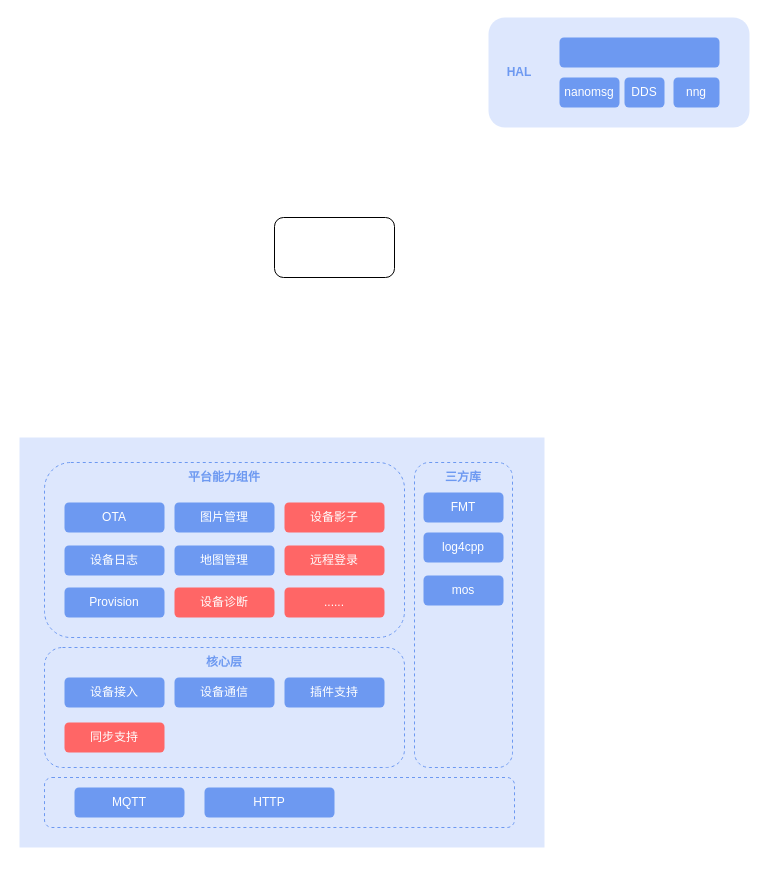
xunzhaoxusanduo/1-drawio keeps this draw.io diagram as 割草机IOT SDK架构.drawio. Above is the earlier version. Source tidied: cells renumbered, new cells numbered last; positions are measured from the earlier drawing's top-left corner, leaving out a move shared by most shapes. Both pictures are drawn from the tidied source at 100%, with x=0, y=0 at pixel (19, 17).
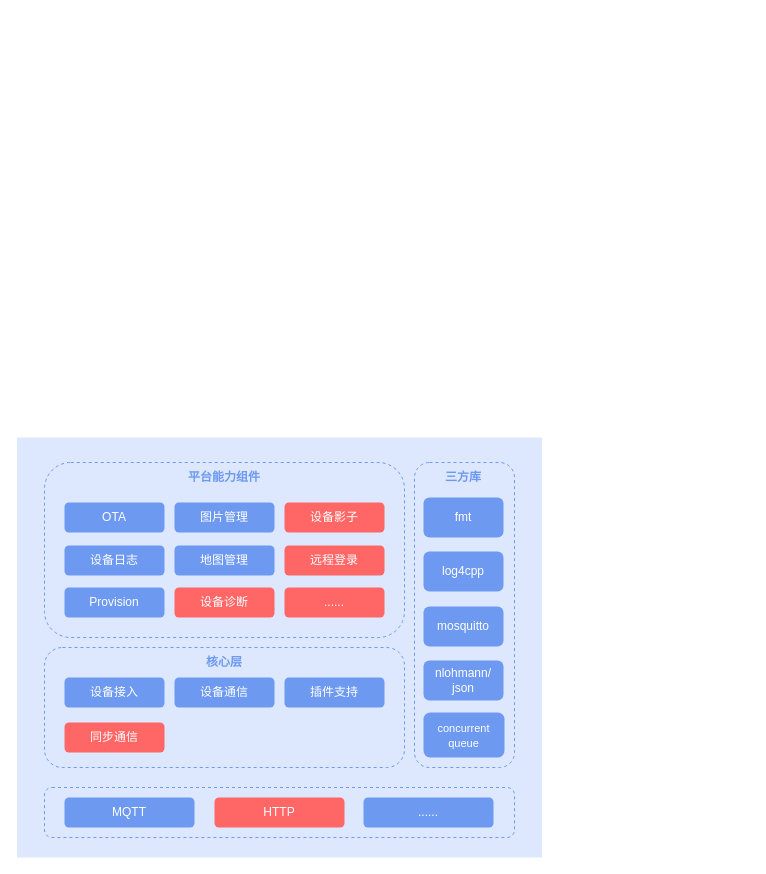
Above is the later version.

Commit message (it also covers changes not shown here):
更新割草机IOT SDK架构.drawio

The edit, as a diff of the source:
```diff
@@
-    <mxCell id="2" style="rounded=1;whiteSpace=wrap;html=1;fillColor=#dde7fd;strokeColor=none;" parent="1" vertex="1">
-      <mxGeometry x="469" width="261" height="110" as="geometry" />
-    </mxCell>
-    <mxCell id="3" style="rounded=1;whiteSpace=wrap;html=1;strokeColor=none;fillColor=#6d99f1;fontColor=#ffffff;" parent="1" vertex="1">
-      <mxGeometry x="540" y="20" width="160" height="30" as="geometry" />
-    </mxCell>
-    <mxCell id="4" value="nanomsg" style="rounded=1;whiteSpace=wrap;html=1;strokeColor=none;fillColor=#6d99f1;fontColor=#ffffff;" parent="1" vertex="1">
-      <mxGeometry x="540" y="60" width="60" height="30" as="geometry" />
-    </mxCell>
-    <mxCell id="5" value="DDS" style="rounded=1;whiteSpace=wrap;html=1;strokeColor=none;fillColor=#6d99f1;fontColor=#ffffff;" parent="1" vertex="1">
-      <mxGeometry x="605" y="60" width="40" height="30" as="geometry" />
-    </mxCell>
-    <mxCell id="6" value="HAL" style="text;html=1;strokeColor=none;fillColor=none;align=center;verticalAlign=middle;whiteSpace=wrap;rounded=0;fontColor=#6d99f1;fontStyle=1;" parent="1" vertex="1">
-      <mxGeometry x="465" y="40" width="70" height="30" as="geometry" />
-    </mxCell>
-    <mxCell id="7" value="nng" style="rounded=1;whiteSpace=wrap;html=1;strokeColor=none;fillColor=#6d99f1;fontColor=#ffffff;" parent="1" vertex="1">
-      <mxGeometry x="654" y="60" width="46" height="30" as="geometry" />
-    </mxCell>
     <mxCell id="8" style="rounded=0;whiteSpace=wrap;html=1;fillColor=#dde7fd;strokeColor=none;glass=0;shadow=0;" parent="1" vertex="1">
-      <mxGeometry y="420" width="525" height="410" as="geometry" />
+      <mxGeometry x="-2.5" y="420" width="525" height="420" as="geometry" />
     </mxCell>
     <mxCell id="9" value="MQTT" style="rounded=1;whiteSpace=wrap;html=1;strokeColor=none;fillColor=#6d99f1;fontColor=#ffffff;" parent="1" vertex="1">
-      <mxGeometry x="55" y="770" width="110" height="30" as="geometry" />
+      <mxGeometry x="45" y="780" width="130" height="30" as="geometry" />
     </mxCell>
-    <mxCell id="10" value="HTTP" style="rounded=1;whiteSpace=wrap;html=1;strokeColor=none;fillColor=#6d99f1;fontColor=#ffffff;" parent="1" vertex="1">
-      <mxGeometry x="185" y="770" width="130" height="30" as="geometry" />
+    <mxCell id="10" value="HTTP" style="rounded=1;whiteSpace=wrap;html=1;strokeColor=none;fillColor=#FF6666;fontColor=#ffffff;" parent="1" vertex="1">
+      <mxGeometry x="195" y="780" width="130" height="30" as="geometry" />
     </mxCell>
@@
-    <mxCell id="16" style="rounded=1;whiteSpace=wrap;html=1;" parent="1" vertex="1">
-      <mxGeometry x="255" y="200" width="120" height="60" as="geometry" />
-    </mxCell>
@@
     <mxCell id="27" style="rounded=1;whiteSpace=wrap;html=1;fillColor=none;dashed=1;strokeColor=#6d99f1;" parent="1" vertex="1">
-      <mxGeometry x="395" y="445" width="98" height="305" as="geometry" />
+      <mxGeometry x="395" y="445" width="100" height="305" as="geometry" />
     </mxCell>
@@
-    <mxCell id="29" value="FMT" style="rounded=1;whiteSpace=wrap;html=1;strokeColor=none;fillColor=#6d99f1;fontColor=#ffffff;" parent="1" vertex="1">
-      <mxGeometry x="404" y="475" width="80" height="30" as="geometry" />
+    <mxCell id="29" value="fmt" style="rounded=1;whiteSpace=wrap;html=1;strokeColor=none;fillColor=#6d99f1;fontColor=#ffffff;" parent="1" vertex="1">
+      <mxGeometry x="404" y="480" width="80" height="40" as="geometry" />
     </mxCell>
@@
-    <mxCell id="31" value="同步支持" style="rounded=1;whiteSpace=wrap;html=1;strokeColor=none;fillColor=#FF6666;fontColor=#ffffff;" parent="1" vertex="1">
+    <mxCell id="31" value="同步通信" style="rounded=1;whiteSpace=wrap;html=1;strokeColor=none;fillColor=#FF6666;fontColor=#ffffff;" parent="1" vertex="1">
       <mxGeometry x="45" y="705" width="100" height="30" as="geometry" />
     </mxCell>
+    <mxCell id="34" style="rounded=1;whiteSpace=wrap;html=1;fillColor=none;dashed=1;strokeColor=#6d99f1;" parent="1" vertex="1">
+      <mxGeometry x="25" y="770" width="470" height="50" as="geometry" />
+    </mxCell>
     <mxCell id="32" value="log4cpp" style="rounded=1;whiteSpace=wrap;html=1;strokeColor=none;fillColor=#6d99f1;fontColor=#ffffff;" parent="1" vertex="1">
-      <mxGeometry x="404" y="515" width="80" height="30" as="geometry" />
+      <mxGeometry x="404" y="534" width="80" height="40" as="geometry" />
     </mxCell>
-    <mxCell id="33" value="mos" style="rounded=1;whiteSpace=wrap;html=1;strokeColor=none;fillColor=#6d99f1;fontColor=#ffffff;" parent="1" vertex="1">
-      <mxGeometry x="404" y="558" width="80" height="30" as="geometry" />
+    <mxCell id="33" value="mosquitto" style="rounded=1;whiteSpace=wrap;html=1;strokeColor=none;fillColor=#6d99f1;fontColor=#ffffff;" parent="1" vertex="1">
+      <mxGeometry x="404" y="589" width="80" height="40" as="geometry" />
     </mxCell>
-    <mxCell id="34" style="rounded=1;whiteSpace=wrap;html=1;fillColor=none;dashed=1;strokeColor=#6d99f1;" parent="1" vertex="1">
-      <mxGeometry x="25" y="760" width="470" height="50" as="geometry" />
-    </mxCell>
+    <mxCell id="35" value="......" style="rounded=1;whiteSpace=wrap;html=1;strokeColor=none;fillColor=#6d99f1;fontColor=#ffffff;" parent="1" vertex="1">
+      <mxGeometry x="344" y="780" width="130" height="30" as="geometry" />
+    </mxCell>
+    <mxCell id="36" value="nlohmann/&lt;br&gt;json" style="rounded=1;whiteSpace=wrap;html=1;strokeColor=none;fillColor=#6d99f1;fontColor=#ffffff;" parent="1" vertex="1">
+      <mxGeometry x="404" y="643" width="80" height="40" as="geometry" />
+    </mxCell>
+    <mxCell id="37" value="&lt;font style=&quot;font-size: 11px;&quot;&gt;concurrent&lt;br&gt;queue&lt;/font&gt;" style="rounded=1;whiteSpace=wrap;html=1;strokeColor=none;fillColor=#6d99f1;fontColor=#ffffff;" parent="1" vertex="1">
+      <mxGeometry x="404" y="695" width="81" height="45" as="geometry" />
+    </mxCell>
```
